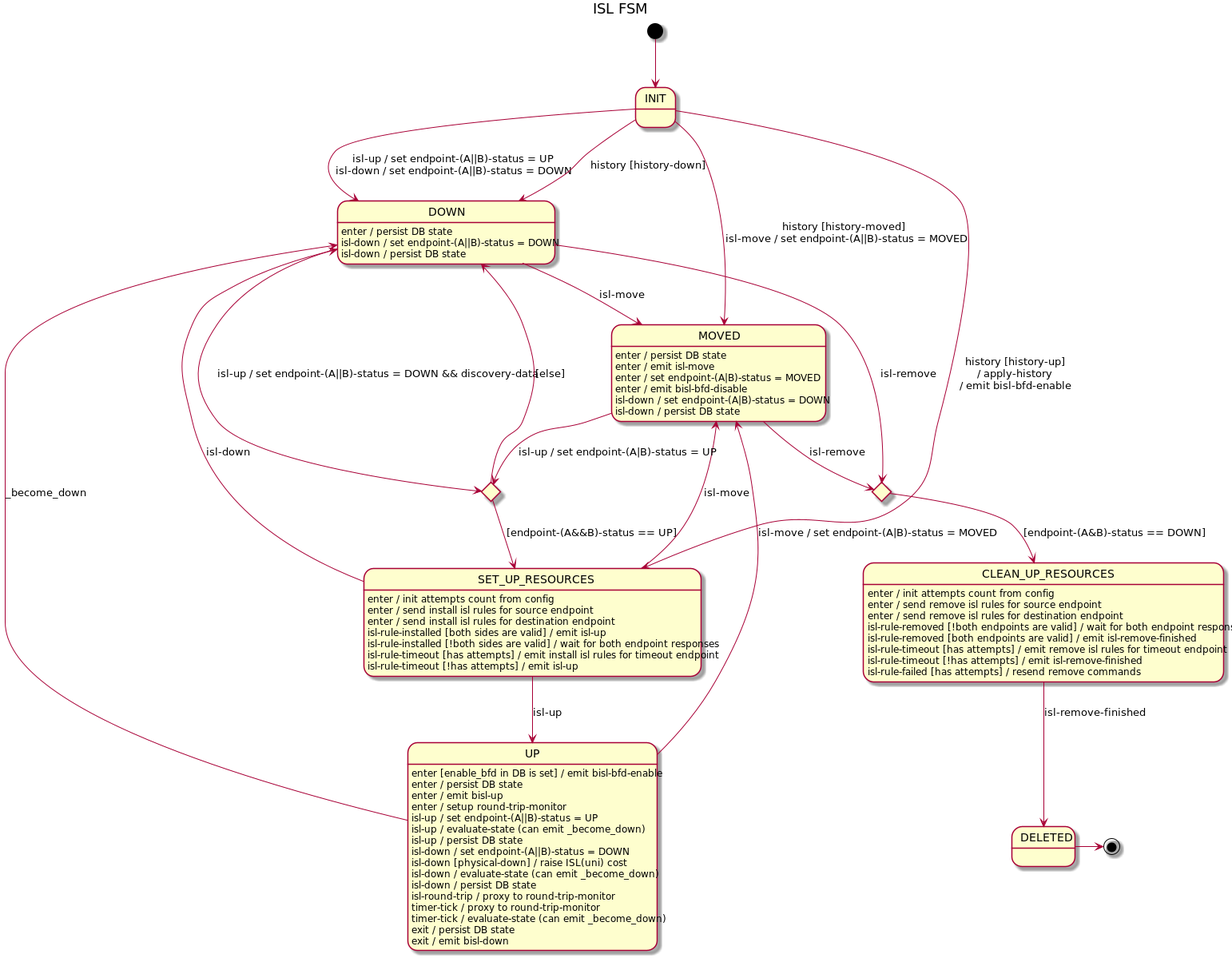
Above: docs/design/network-discovery/ISL-FSM.png in surabujin/open-kilda (PlantUML), before the change.
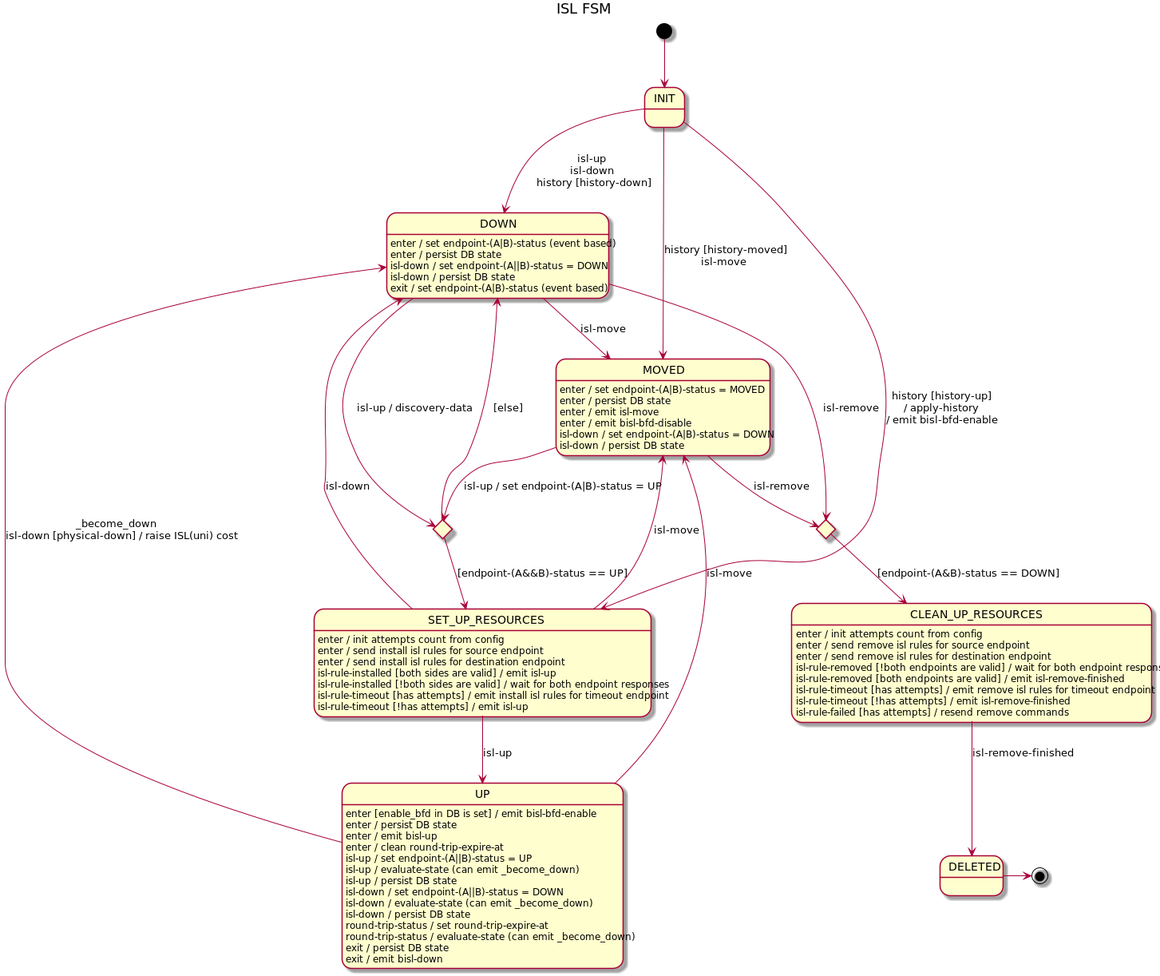
After the change.

Diff of the diagram source:
```diff
@@ -3,21 +3,22 @@
 
 [*] --> INIT
 
-INIT --> DOWN : isl-up / set endpoint-(A||B)-status = UP\nisl-down / set endpoint-(A||B)-status = DOWN
-INIT --> DOWN : history [history-down]
+INIT --> DOWN : isl-up\nisl-down\nhistory [history-down]
 INIT --> SET_UP_RESOURCES : history [history-up]\n/ apply-history\n/ emit bisl-bfd-enable
-INIT --> MOVED : history [history-moved]\nisl-move / set endpoint-(A||B)-status = MOVED
+INIT --> MOVED : history [history-moved]\nisl-move
 
 state upAttempt <<choice>>
 state deleteAttempt <<choice>>
 deleteAttempt --> CLEAN_UP_RESOURCES : [endpoint-(A&B)-status == DOWN]
 
-DOWN --> upAttempt : isl-up / set endpoint-(A||B)-status = DOWN && discovery-data
+DOWN --> upAttempt : isl-up / discovery-data
 DOWN --> MOVED : isl-move
+DOWN -> deleteAttempt : isl-remove
+DOWN : enter / set endpoint-(A|B)-status (event based)
 DOWN : enter / persist DB state
 DOWN : isl-down / set endpoint-(A||B)-status = DOWN
 DOWN : isl-down / persist DB state
-DOWN -> deleteAttempt : isl-remove
+DOWN : exit / set endpoint-(A|B)-status (event based)
 
 upAttempt --> SET_UP_RESOURCES : [endpoint-(A&&B)-status == UP]
 upAttempt --> DOWN : [else]
@@ -33,22 +34,20 @@
 SET_UP_RESOURCES --> MOVED : isl-move
 SET_UP_RESOURCES --> UP : isl-up
 
-UP --> DOWN : _become_down
-UP --> MOVED : isl-move / set endpoint-(A|B)-status = MOVED
+UP --> DOWN : _become_down\nisl-down [physical-down] / raise ISL(uni) cost
+UP --> MOVED : isl-move
 UP : enter [enable_bfd in DB is set] / emit bisl-bfd-enable
 UP : enter / persist DB state
 UP : enter / emit bisl-up
-UP : enter / setup round-trip-monitor
+UP : enter / clean round-trip-expire-at
 UP : isl-up / set endpoint-(A||B)-status = UP
 UP : isl-up / evaluate-state (can emit _become_down)
 UP : isl-up / persist DB state
 UP : isl-down / set endpoint-(A||B)-status = DOWN
-UP : isl-down [physical-down] / raise ISL(uni) cost
 UP : isl-down / evaluate-state (can emit _become_down)
 UP : isl-down / persist DB state
-UP : isl-round-trip / proxy to round-trip-monitor
-UP : timer-tick / proxy to round-trip-monitor
-UP : timer-tick / evaluate-state (can emit _become_down)
+UP : round-trip-status / set round-trip-expire-at
+UP : round-trip-status / evaluate-state (can emit _become_down)
 UP : exit / persist DB state
 UP : exit / emit bisl-down
 
@@ -64,9 +63,9 @@
 
 MOVED --> upAttempt : isl-up / set endpoint-(A|B)-status = UP
 MOVED --> deleteAttempt : isl-remove
+MOVED : enter / set endpoint-(A|B)-status = MOVED
 MOVED : enter / persist DB state
 MOVED : enter / emit isl-move
-MOVED : enter / set endpoint-(A|B)-status = MOVED
 MOVED : enter / emit bisl-bfd-disable
 MOVED : isl-down / set endpoint-(A|B)-status = DOWN
 MOVED : isl-down / persist DB state
```
